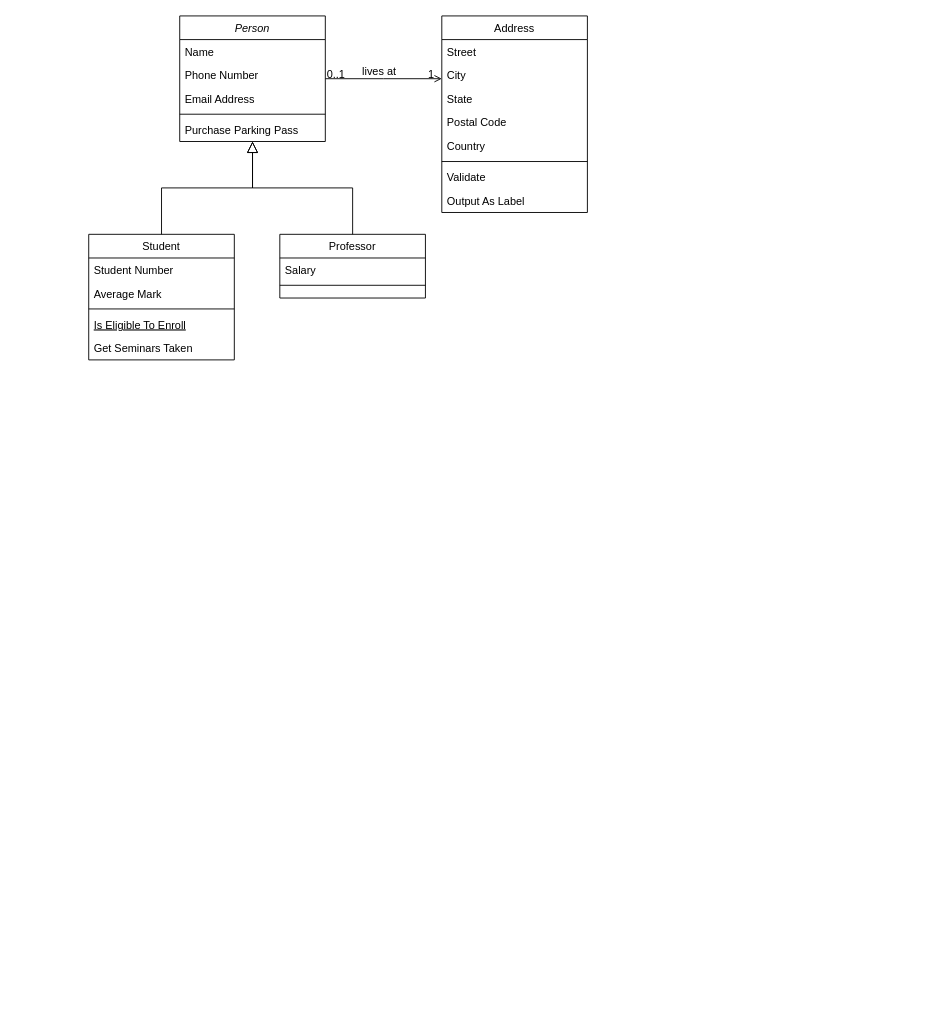
Before: page "Page-1" (1 of 2) of Diagrama de classe.drawio in Santanal/TCC---ceep, a draw.io diagram. Source tidied: cells renumbered, new cells numbered last; positions are measured from the earlier drawing's top-left corner, leaving out a move shared by most shapes. Both pictures are drawn from the tidied source at 91%, with x=0, y=0 at pixel (88, 15).
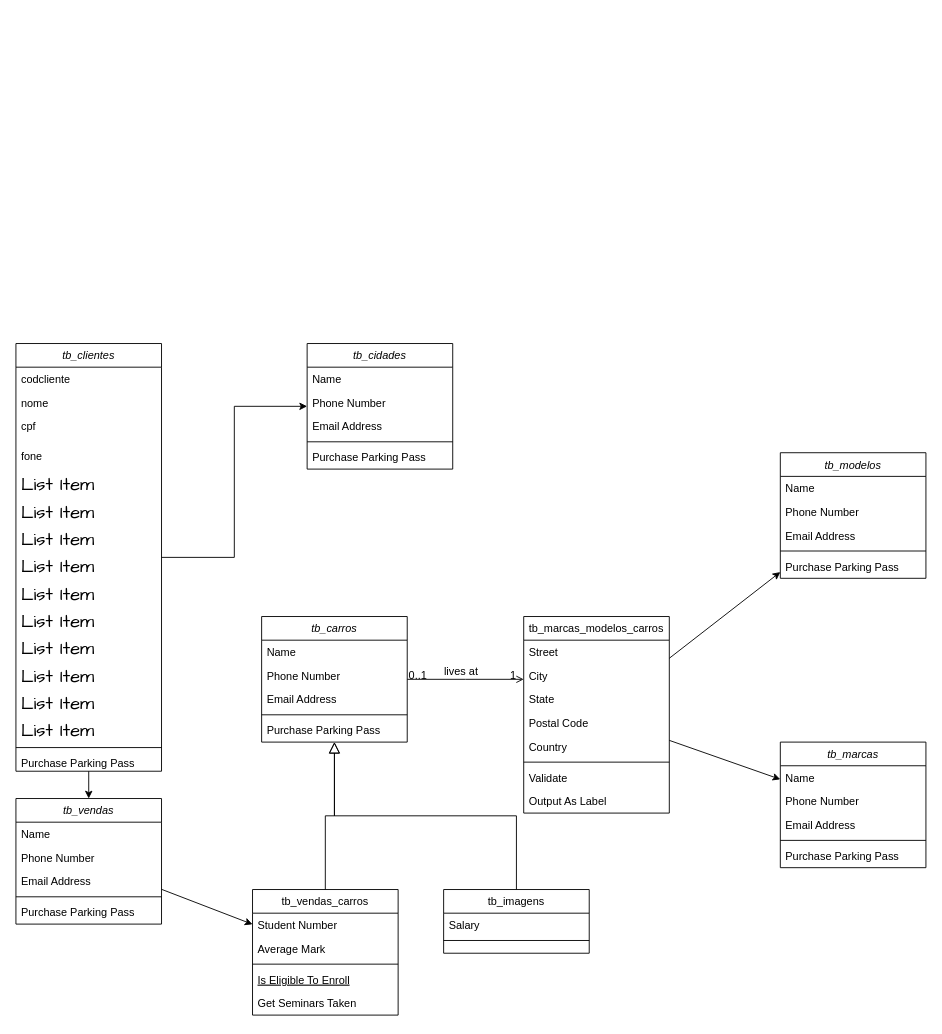
Above is the later version.

Diff of the diagram source:
```diff
@@
-    <mxCell id="2" value="Person" style="swimlane;fontStyle=2;align=center;verticalAlign=top;horizontal=1;startSize=26;rounded=0;shadow=0;strokeWidth=1;" parent="1" vertex="1">
-      <mxGeometry x="100" width="160" height="138" as="geometry" />
+    <mxCell id="2" value="tb_carros" style="swimlane;fontStyle=2;align=center;verticalAlign=top;horizontal=1;startSize=26;rounded=0;shadow=0;strokeWidth=1;" parent="1" vertex="1">
+      <mxGeometry x="190" y="660" width="160" height="138" as="geometry" />
     </mxCell>
@@
-    <mxCell id="8" value="Student" style="swimlane;fontStyle=0;align=center;verticalAlign=top;horizontal=1;startSize=26;rounded=0;shadow=0;strokeWidth=1;" parent="1" vertex="1">
-      <mxGeometry y="240" width="160" height="138" as="geometry" />
+    <mxCell id="8" value="tb_vendas_carros" style="swimlane;fontStyle=0;align=center;verticalAlign=top;horizontal=1;startSize=26;rounded=0;shadow=0;strokeWidth=1;" parent="1" vertex="1">
+      <mxGeometry x="180" y="960" width="160" height="138" as="geometry" />
     </mxCell>
@@
-    <mxCell id="15" value="Professor" style="swimlane;fontStyle=0;align=center;verticalAlign=top;horizontal=1;startSize=26;rounded=0;shadow=0;strokeWidth=1;" parent="1" vertex="1">
-      <mxGeometry x="210" y="240" width="160" height="70" as="geometry" />
+    <mxCell id="15" value="tb_imagens" style="swimlane;fontStyle=0;align=center;verticalAlign=top;horizontal=1;startSize=26;rounded=0;shadow=0;strokeWidth=1;" parent="1" vertex="1">
+      <mxGeometry x="390" y="960" width="160" height="70" as="geometry" />
     </mxCell>
@@
-    <mxCell id="19" value="Address" style="swimlane;fontStyle=0;align=center;verticalAlign=top;horizontal=1;startSize=26;rounded=0;shadow=0;strokeWidth=1;" parent="1" vertex="1">
-      <mxGeometry x="388" width="160" height="216" as="geometry" />
+    <mxCell id="19" value="tb_marcas_modelos_carros" style="swimlane;fontStyle=0;align=center;verticalAlign=top;horizontal=1;startSize=26;rounded=0;shadow=0;strokeWidth=1;" parent="1" vertex="1">
+      <mxGeometry x="478" y="660" width="160" height="216" as="geometry" />
     </mxCell>
@@
+    <mxCell id="32" value="tb_marcas" style="swimlane;fontStyle=2;align=center;verticalAlign=top;horizontal=1;startSize=26;rounded=0;shadow=0;strokeWidth=1;" parent="1" vertex="1">
+      <mxGeometry x="760" y="798" width="160" height="138" as="geometry" />
+    </mxCell>
+    <mxCell id="33" value="Name" style="text;align=left;verticalAlign=top;spacingLeft=4;spacingRight=4;overflow=hidden;" parent="32" vertex="1">
+      <mxGeometry y="26" width="160" height="26" as="geometry" />
+    </mxCell>
+    <mxCell id="34" value="Phone Number" style="text;align=left;verticalAlign=top;spacingLeft=4;spacingRight=4;overflow=hidden;rounded=0;shadow=0;html=0;" parent="32" vertex="1">
+      <mxGeometry y="52" width="160" height="26" as="geometry" />
+    </mxCell>
+    <mxCell id="35" value="Email Address" style="text;align=left;verticalAlign=top;spacingLeft=4;spacingRight=4;overflow=hidden;rounded=0;shadow=0;html=0;" parent="32" vertex="1">
+      <mxGeometry y="78" width="160" height="26" as="geometry" />
+    </mxCell>
+    <mxCell id="36" style="line;html=1;strokeWidth=1;align=left;verticalAlign=middle;spacingTop=-1;spacingLeft=3;spacingRight=3;labelPosition=right;" parent="32" vertex="1">
+      <mxGeometry y="104" width="160" height="8" as="geometry" />
+    </mxCell>
+    <mxCell id="37" value="Purchase Parking Pass" style="text;align=left;verticalAlign=top;spacingLeft=4;spacingRight=4;overflow=hidden;" parent="32" vertex="1">
+      <mxGeometry y="112" width="160" height="26" as="geometry" />
+    </mxCell>
+    <mxCell id="38" value="tb_modelos" style="swimlane;fontStyle=2;align=center;verticalAlign=top;horizontal=1;startSize=26;rounded=0;shadow=0;strokeWidth=1;" parent="1" vertex="1">
+      <mxGeometry x="760" y="480" width="160" height="138" as="geometry" />
+    </mxCell>
+    <mxCell id="39" value="Name" style="text;align=left;verticalAlign=top;spacingLeft=4;spacingRight=4;overflow=hidden;" parent="38" vertex="1">
+      <mxGeometry y="26" width="160" height="26" as="geometry" />
+    </mxCell>
+    <mxCell id="40" value="Phone Number" style="text;align=left;verticalAlign=top;spacingLeft=4;spacingRight=4;overflow=hidden;rounded=0;shadow=0;html=0;" parent="38" vertex="1">
+      <mxGeometry y="52" width="160" height="26" as="geometry" />
+    </mxCell>
+    <mxCell id="41" value="Email Address" style="text;align=left;verticalAlign=top;spacingLeft=4;spacingRight=4;overflow=hidden;rounded=0;shadow=0;html=0;" parent="38" vertex="1">
+      <mxGeometry y="78" width="160" height="26" as="geometry" />
+    </mxCell>
+    <mxCell id="42" style="line;html=1;strokeWidth=1;align=left;verticalAlign=middle;spacingTop=-1;spacingLeft=3;spacingRight=3;labelPosition=right;" parent="38" vertex="1">
+      <mxGeometry y="104" width="160" height="8" as="geometry" />
+    </mxCell>
+    <mxCell id="43" value="Purchase Parking Pass" style="text;align=left;verticalAlign=top;spacingLeft=4;spacingRight=4;overflow=hidden;" parent="38" vertex="1">
+      <mxGeometry y="112" width="160" height="26" as="geometry" />
+    </mxCell>
+    <mxCell id="44" style="edgeStyle=orthogonalEdgeStyle;rounded=0;jettySize=auto;html=1;" parent="1" edge="1" source="45" target="62">
+      <mxGeometry relative="1" as="geometry" />
+    </mxCell>
+    <mxCell id="45" value="tb_clientes" style="swimlane;fontStyle=2;align=center;verticalAlign=top;horizontal=1;startSize=26;rounded=0;shadow=0;strokeWidth=1;" parent="1" vertex="1">
+      <mxGeometry x="-80" y="360" width="160" height="470" as="geometry" />
+    </mxCell>
+    <mxCell id="46" value="codcliente" style="text;align=left;verticalAlign=top;spacingLeft=4;spacingRight=4;overflow=hidden;" parent="45" vertex="1">
+      <mxGeometry y="26" width="160" height="26" as="geometry" />
+    </mxCell>
+    <mxCell id="47" value="nome" style="text;align=left;verticalAlign=top;spacingLeft=4;spacingRight=4;overflow=hidden;rounded=0;shadow=0;html=0;" parent="45" vertex="1">
+      <mxGeometry y="52" width="160" height="26" as="geometry" />
+    </mxCell>
+    <mxCell id="48" value="cpf" style="text;align=left;verticalAlign=top;spacingLeft=4;spacingRight=4;overflow=hidden;rounded=0;shadow=0;html=0;" parent="45" vertex="1">
+      <mxGeometry y="78" width="160" height="32" as="geometry" />
+    </mxCell>
+    <mxCell id="49" value="fone" style="text;strokeColor=none;fillColor=none;align=left;verticalAlign=top;spacingLeft=4;spacingRight=4;overflow=hidden;whiteSpace=wrap;html=1;fontSize=12;fontFamily=Helvetica;" parent="45" vertex="1">
+      <mxGeometry y="110" width="160" height="30" as="geometry" />
+    </mxCell>
+    <mxCell id="50" value="List Item" style="text;strokeColor=none;fillColor=none;align=left;verticalAlign=middle;spacingLeft=4;spacingRight=4;overflow=hidden;whiteSpace=wrap;html=1;fontSize=20;fontFamily=Architects Daughter;" parent="45" vertex="1">
+      <mxGeometry y="140" width="160" height="30" as="geometry" />
+    </mxCell>
+    <mxCell id="51" value="List Item" style="text;strokeColor=none;fillColor=none;align=left;verticalAlign=middle;spacingLeft=4;spacingRight=4;overflow=hidden;whiteSpace=wrap;html=1;fontSize=20;fontFamily=Architects Daughter;" parent="45" vertex="1">
+      <mxGeometry y="170" width="160" height="30" as="geometry" />
+    </mxCell>
+    <mxCell id="52" value="List Item" style="text;strokeColor=none;fillColor=none;align=left;verticalAlign=middle;spacingLeft=4;spacingRight=4;overflow=hidden;whiteSpace=wrap;html=1;fontSize=20;fontFamily=Architects Daughter;" parent="45" vertex="1">
+      <mxGeometry y="200" width="160" height="30" as="geometry" />
+    </mxCell>
+    <mxCell id="53" value="List Item" style="text;strokeColor=none;fillColor=none;align=left;verticalAlign=middle;spacingLeft=4;spacingRight=4;overflow=hidden;whiteSpace=wrap;html=1;fontSize=20;fontFamily=Architects Daughter;" parent="45" vertex="1">
+      <mxGeometry y="230" width="160" height="30" as="geometry" />
+    </mxCell>
+    <mxCell id="54" value="List Item" style="text;strokeColor=none;fillColor=none;align=left;verticalAlign=middle;spacingLeft=4;spacingRight=4;overflow=hidden;whiteSpace=wrap;html=1;fontSize=20;fontFamily=Architects Daughter;" parent="45" vertex="1">
+      <mxGeometry y="260" width="160" height="30" as="geometry" />
+    </mxCell>
+    <mxCell id="55" value="List Item" style="text;strokeColor=none;fillColor=none;align=left;verticalAlign=middle;spacingLeft=4;spacingRight=4;overflow=hidden;whiteSpace=wrap;html=1;fontSize=20;fontFamily=Architects Daughter;" parent="45" vertex="1">
+      <mxGeometry y="290" width="160" height="30" as="geometry" />
+    </mxCell>
+    <mxCell id="56" value="List Item" style="text;strokeColor=none;fillColor=none;align=left;verticalAlign=middle;spacingLeft=4;spacingRight=4;overflow=hidden;whiteSpace=wrap;html=1;fontSize=20;fontFamily=Architects Daughter;" parent="45" vertex="1">
+      <mxGeometry y="320" width="160" height="30" as="geometry" />
+    </mxCell>
+    <mxCell id="57" value="List Item" style="text;strokeColor=none;fillColor=none;align=left;verticalAlign=middle;spacingLeft=4;spacingRight=4;overflow=hidden;whiteSpace=wrap;html=1;fontSize=20;fontFamily=Architects Daughter;" parent="45" vertex="1">
+      <mxGeometry y="350" width="160" height="30" as="geometry" />
+    </mxCell>
+    <mxCell id="58" value="List Item" style="text;strokeColor=none;fillColor=none;align=left;verticalAlign=middle;spacingLeft=4;spacingRight=4;overflow=hidden;whiteSpace=wrap;html=1;fontSize=20;fontFamily=Architects Daughter;" parent="45" vertex="1">
+      <mxGeometry y="380" width="160" height="30" as="geometry" />
+    </mxCell>
+    <mxCell id="59" value="List Item" style="text;strokeColor=none;fillColor=none;align=left;verticalAlign=middle;spacingLeft=4;spacingRight=4;overflow=hidden;whiteSpace=wrap;html=1;fontSize=20;fontFamily=Architects Daughter;" parent="45" vertex="1">
+      <mxGeometry y="410" width="160" height="30" as="geometry" />
+    </mxCell>
+    <mxCell id="60" style="line;html=1;strokeWidth=1;align=left;verticalAlign=middle;spacingTop=-1;spacingLeft=3;spacingRight=3;labelPosition=right;" parent="45" vertex="1">
+      <mxGeometry y="440" width="160" height="8" as="geometry" />
+    </mxCell>
+    <mxCell id="61" value="Purchase Parking Pass" style="text;align=left;verticalAlign=top;spacingLeft=4;spacingRight=4;overflow=hidden;" parent="45" vertex="1">
+      <mxGeometry y="448" width="160" height="22" as="geometry" />
+    </mxCell>
+    <mxCell id="62" value="tb_cidades" style="swimlane;fontStyle=2;align=center;verticalAlign=top;horizontal=1;startSize=26;rounded=0;shadow=0;strokeWidth=1;" parent="1" vertex="1">
+      <mxGeometry x="240" y="360" width="160" height="138" as="geometry" />
+    </mxCell>
+    <mxCell id="63" value="Name" style="text;align=left;verticalAlign=top;spacingLeft=4;spacingRight=4;overflow=hidden;" parent="62" vertex="1">
+      <mxGeometry y="26" width="160" height="26" as="geometry" />
+    </mxCell>
+    <mxCell id="64" value="Phone Number" style="text;align=left;verticalAlign=top;spacingLeft=4;spacingRight=4;overflow=hidden;rounded=0;shadow=0;html=0;" parent="62" vertex="1">
+      <mxGeometry y="52" width="160" height="26" as="geometry" />
+    </mxCell>
+    <mxCell id="65" value="Email Address" style="text;align=left;verticalAlign=top;spacingLeft=4;spacingRight=4;overflow=hidden;rounded=0;shadow=0;html=0;" parent="62" vertex="1">
+      <mxGeometry y="78" width="160" height="26" as="geometry" />
+    </mxCell>
+    <mxCell id="66" style="line;html=1;strokeWidth=1;align=left;verticalAlign=middle;spacingTop=-1;spacingLeft=3;spacingRight=3;labelPosition=right;" parent="62" vertex="1">
+      <mxGeometry y="104" width="160" height="8" as="geometry" />
+    </mxCell>
+    <mxCell id="67" value="Purchase Parking Pass" style="text;align=left;verticalAlign=top;spacingLeft=4;spacingRight=4;overflow=hidden;" parent="62" vertex="1">
+      <mxGeometry y="112" width="160" height="26" as="geometry" />
+    </mxCell>
+    <mxCell id="68" value="tb_vendas" style="swimlane;fontStyle=2;align=center;verticalAlign=top;horizontal=1;startSize=26;rounded=0;shadow=0;strokeWidth=1;" parent="1" vertex="1">
+      <mxGeometry x="-80" y="860" width="160" height="138" as="geometry" />
+    </mxCell>
+    <mxCell id="69" value="Name" style="text;align=left;verticalAlign=top;spacingLeft=4;spacingRight=4;overflow=hidden;" parent="68" vertex="1">
+      <mxGeometry y="26" width="160" height="26" as="geometry" />
+    </mxCell>
+    <mxCell id="70" value="Phone Number" style="text;align=left;verticalAlign=top;spacingLeft=4;spacingRight=4;overflow=hidden;rounded=0;shadow=0;html=0;" parent="68" vertex="1">
+      <mxGeometry y="52" width="160" height="26" as="geometry" />
+    </mxCell>
+    <mxCell id="71" value="Email Address" style="text;align=left;verticalAlign=top;spacingLeft=4;spacingRight=4;overflow=hidden;rounded=0;shadow=0;html=0;" parent="68" vertex="1">
+      <mxGeometry y="78" width="160" height="26" as="geometry" />
+    </mxCell>
+    <mxCell id="72" style="line;html=1;strokeWidth=1;align=left;verticalAlign=middle;spacingTop=-1;spacingLeft=3;spacingRight=3;labelPosition=right;" parent="68" vertex="1">
+      <mxGeometry y="104" width="160" height="8" as="geometry" />
+    </mxCell>
+    <mxCell id="73" value="Purchase Parking Pass" style="text;align=left;verticalAlign=top;spacingLeft=4;spacingRight=4;overflow=hidden;" parent="68" vertex="1">
+      <mxGeometry y="112" width="160" height="26" as="geometry" />
+    </mxCell>
+    <mxCell id="74" style="endArrow=classic;html=1;rounded=0;" parent="1" edge="1" source="19" target="38">
+      <mxGeometry relative="1" as="geometry" />
+    </mxCell>
+    <mxCell id="75" style="endArrow=classic;html=1;rounded=0;" parent="1" edge="1" source="19" target="32">
+      <mxGeometry relative="1" as="geometry" />
+    </mxCell>
+    <mxCell id="76" style="endArrow=classic;html=1;rounded=0;" parent="1" edge="1" source="45" target="68">
+      <mxGeometry relative="1" as="geometry" />
+    </mxCell>
+    <mxCell id="77" style="endArrow=classic;html=1;rounded=0;" parent="1" edge="1" source="68" target="8">
+      <mxGeometry relative="1" as="geometry" />
+    </mxCell>
```
